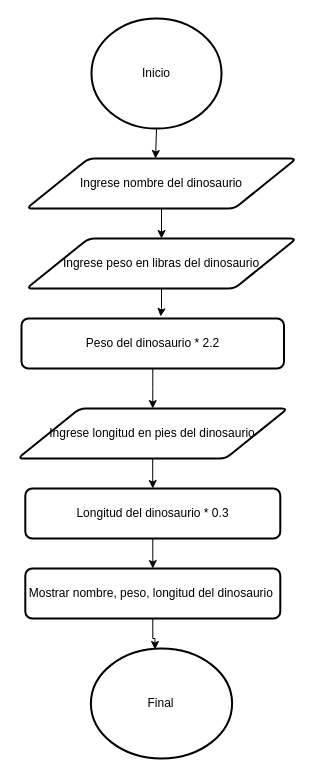
Alessandrodcp/prueba-git keeps this draw.io diagram as Diagrama de dinosaurio.drawio. Above is the earlier version. Source tidied: cells renumbered, new cells numbered last; positions are measured from the earlier drawing's top-left corner, leaving out a move shared by most shapes. Both pictures are drawn from the tidied source at 100%, with x=0, y=0 at pixel (17, 18).
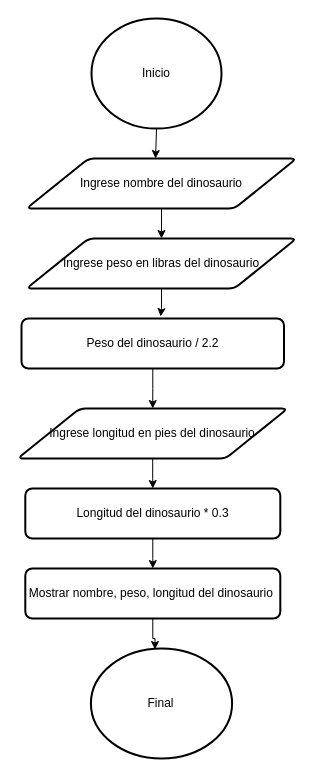
After the change.

The edit, as a diff of the source:
```diff
@@
 <mxGraphModel>
   <root>
     <mxCell id="0" />
     <mxCell id="1" parent="0" />
     <mxCell id="2" value="Inicio" style="strokeWidth=2;html=1;shape=mxgraph.flowchart.start_2;whiteSpace=wrap;" parent="1" vertex="1">
       <mxGeometry x="74" width="130" height="110" as="geometry" />
     </mxCell>
     <mxCell id="3" style="edgeStyle=orthogonalEdgeStyle;rounded=0;jettySize=auto;html=1;entryX=0.5;entryY=0;entryDx=0;entryDy=0;fontFamily=Helvetica;fontSize=12;fontColor=default;" parent="1" edge="1" source="4" target="8">
       <mxGeometry relative="1" as="geometry" />
     </mxCell>
     <mxCell id="4" value="Ingrese nombre del dinosaurio" style="shape=parallelogram;html=1;strokeWidth=2;perimeter=parallelogramPerimeter;whiteSpace=wrap;rounded=1;arcSize=12;size=0.23;" parent="1" vertex="1">
       <mxGeometry x="9" y="140" width="270" height="50" as="geometry" />
     </mxCell>
     <mxCell id="5" style="edgeStyle=orthogonalEdgeStyle;rounded=0;jettySize=auto;html=1;entryX=0.5;entryY=0;entryDx=0;entryDy=0;fontFamily=Helvetica;fontSize=12;fontColor=default;" parent="1" edge="1" source="6" target="10">
       <mxGeometry relative="1" as="geometry" />
     </mxCell>
-    <mxCell id="6" value="Peso del dinosaurio * 2.2" style="rounded=1;whiteSpace=wrap;html=1;absoluteArcSize=1;arcSize=14;strokeWidth=2;fontFamily=Helvetica;fontSize=12;fontColor=default;" parent="1" vertex="1">
+    <mxCell id="6" value="Peso del dinosaurio / 2.2" style="rounded=1;whiteSpace=wrap;html=1;absoluteArcSize=1;arcSize=14;strokeWidth=2;fontFamily=Helvetica;fontSize=12;fontColor=default;" parent="1" vertex="1">
       <mxGeometry x="4" y="300" width="262.5" height="50" as="geometry" />
     </mxCell>
     <mxCell id="7" style="edgeStyle=orthogonalEdgeStyle;rounded=0;jettySize=auto;html=1;entryX=0.53;entryY=-0.04;entryDx=0;entryDy=0;entryPerimeter=0;fontFamily=Helvetica;fontSize=12;fontColor=default;" parent="1" edge="1" source="8" target="6">
       <mxGeometry relative="1" as="geometry" />
     </mxCell>
     <mxCell id="8" value="Ingrese peso en libras del dinosaurio" style="shape=parallelogram;html=1;strokeWidth=2;perimeter=parallelogramPerimeter;whiteSpace=wrap;rounded=1;arcSize=12;size=0.23;" parent="1" vertex="1">
       <mxGeometry x="9" y="220" width="270" height="50" as="geometry" />
     </mxCell>
     <mxCell id="9" style="edgeStyle=orthogonalEdgeStyle;rounded=0;jettySize=auto;html=1;entryX=0.5;entryY=0;entryDx=0;entryDy=0;fontFamily=Helvetica;fontSize=12;fontColor=default;" parent="1" edge="1" source="10" target="12">
       <mxGeometry relative="1" as="geometry" />
     </mxCell>
     <mxCell id="10" value="Ingrese longitud en pies del dinosaurio" style="shape=parallelogram;html=1;strokeWidth=2;perimeter=parallelogramPerimeter;whiteSpace=wrap;rounded=1;arcSize=12;size=0.23;" parent="1" vertex="1">
       <mxGeometry x="0.2" y="390" width="270" height="50" as="geometry" />
     </mxCell>
     <mxCell id="11" style="edgeStyle=orthogonalEdgeStyle;rounded=0;jettySize=auto;html=1;entryX=0.5;entryY=0;entryDx=0;entryDy=0;fontFamily=Helvetica;fontSize=12;fontColor=default;" parent="1" edge="1" source="12" target="14">
       <mxGeometry relative="1" as="geometry" />
     </mxCell>
     <mxCell id="12" value="Longitud del dinosaurio * 0.3" style="rounded=1;whiteSpace=wrap;html=1;absoluteArcSize=1;arcSize=14;strokeWidth=2;fontFamily=Helvetica;fontSize=12;fontColor=default;" parent="1" vertex="1">
       <mxGeometry x="7.8" y="470" width="255" height="50" as="geometry" />
     </mxCell>
     <mxCell id="13" style="edgeStyle=orthogonalEdgeStyle;rounded=0;jettySize=auto;html=1;entryX=0.454;entryY=0.009;entryDx=0;entryDy=0;entryPerimeter=0;fontFamily=Helvetica;fontSize=12;fontColor=default;" parent="1" edge="1" source="14" target="15">
       <mxGeometry relative="1" as="geometry" />
     </mxCell>
     <mxCell id="14" value="Mostrar nombre, peso, longitud del dinosaurio&amp;nbsp;" style="rounded=1;whiteSpace=wrap;html=1;absoluteArcSize=1;arcSize=14;strokeWidth=2;fontFamily=Helvetica;fontSize=12;fontColor=default;" parent="1" vertex="1">
       <mxGeometry x="7.8" y="550" width="255" height="50" as="geometry" />
     </mxCell>
     <mxCell id="15" value="Final" style="strokeWidth=2;html=1;shape=mxgraph.flowchart.start_2;whiteSpace=wrap;" parent="1" vertex="1">
       <mxGeometry x="73.4" y="630" width="141.2" height="110" as="geometry" />
     </mxCell>
     <mxCell id="16" style="endArrow=classic;html=1;rounded=0;fontFamily=Helvetica;fontSize=12;fontColor=default;exitX=0.5;exitY=1;exitDx=0;exitDy=0;exitPerimeter=0;entryX=0.478;entryY=0;entryDx=0;entryDy=0;entryPerimeter=0;" parent="1" edge="1" source="2" target="4">
       <mxGeometry relative="1" as="geometry" />
     </mxCell>
   </root>
 </mxGraphModel>
```
